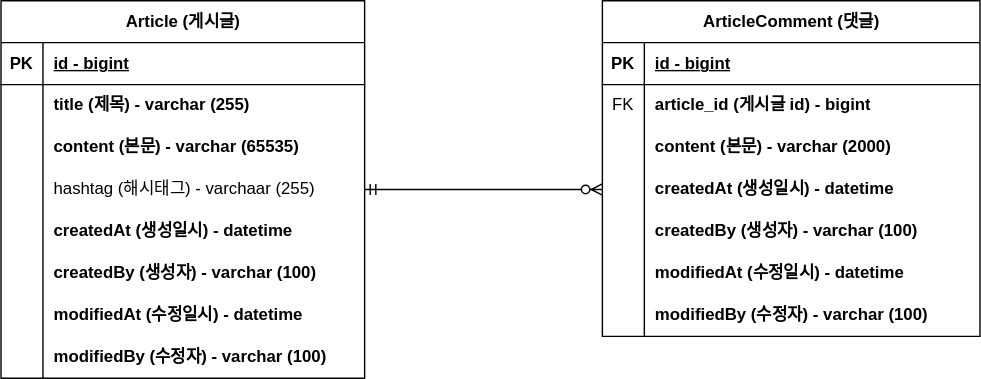
Earlier version of the draw.io export document/project-board-erd.svg (KSH-Daniel/fastcampus-project-board). Source tidied: cells renumbered, new cells last; positions are measured from the earlier drawing's top-left corner, leaving out a move shared by most shapes.
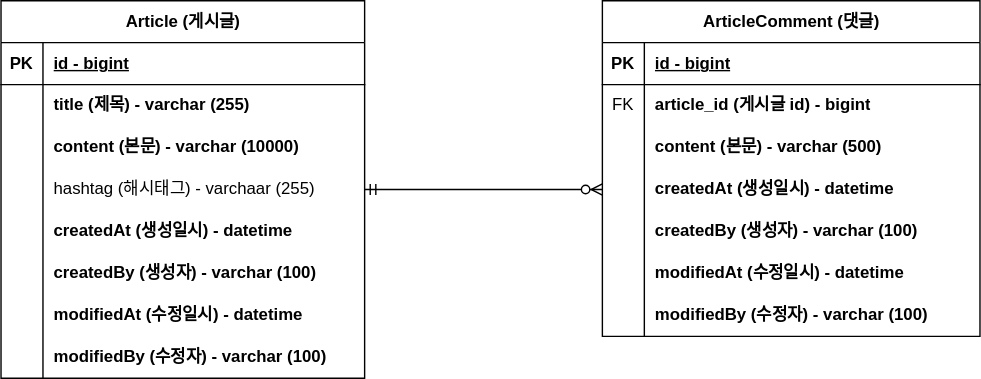
The same diagram one commit later.

Commit message:
#9 - ERD 업데이트 : content 사이즈 변경

What changed in the source:
```diff
@@ -29,7 +29,7 @@
     <mxCell id="10" style="shape=partialRectangle;fillColor=none;top=0;left=0;bottom=0;right=0;overflow=hidden;whiteSpace=wrap;html=1;" parent="9" vertex="1">
       <mxGeometry width="30" height="30" as="geometry" />
     </mxCell>
-    <mxCell id="11" value="content (본문) - varchar (65535)" style="shape=partialRectangle;fillColor=none;top=0;left=0;bottom=0;right=0;align=left;spacingLeft=6;overflow=hidden;whiteSpace=wrap;html=1;fontStyle=1;" parent="9" vertex="1">
+    <mxCell id="11" value="content (본문) - varchar (10000)" style="shape=partialRectangle;fillColor=none;top=0;left=0;bottom=0;right=0;align=left;spacingLeft=6;overflow=hidden;whiteSpace=wrap;html=1;fontStyle=1;" parent="9" vertex="1">
       <mxGeometry x="30" width="230" height="30" as="geometry" />
     </mxCell>
     <mxCell id="12" style="shape=tableRow;horizontal=0;startSize=0;swimlaneHead=0;swimlaneBody=0;fillColor=none;points=[[0,0.5],[1,0.5]];portConstraint=eastwest;top=0;left=0;right=0;bottom=0;" parent="2" vertex="1">
@@ -104,7 +104,7 @@
     <mxCell id="35" style="shape=partialRectangle;fillColor=none;top=0;left=0;bottom=0;right=0;overflow=hidden;whiteSpace=wrap;html=1;" parent="34" vertex="1">
       <mxGeometry width="30" height="30" as="geometry" />
     </mxCell>
-    <mxCell id="36" value="content (본문) - varchar (2000)" style="shape=partialRectangle;fillColor=none;top=0;left=0;bottom=0;right=0;align=left;spacingLeft=6;overflow=hidden;whiteSpace=wrap;html=1;fontStyle=1;" parent="34" vertex="1">
+    <mxCell id="36" value="content (본문) - varchar (500)" style="shape=partialRectangle;fillColor=none;top=0;left=0;bottom=0;right=0;align=left;spacingLeft=6;overflow=hidden;whiteSpace=wrap;html=1;fontStyle=1;" parent="34" vertex="1">
       <mxGeometry x="30" width="240" height="30" as="geometry" />
     </mxCell>
     <mxCell id="37" style="shape=tableRow;horizontal=0;startSize=0;swimlaneHead=0;swimlaneBody=0;fillColor=none;points=[[0,0.5],[1,0.5]];portConstraint=eastwest;top=0;left=0;right=0;bottom=0;" parent="27" vertex="1">
```
